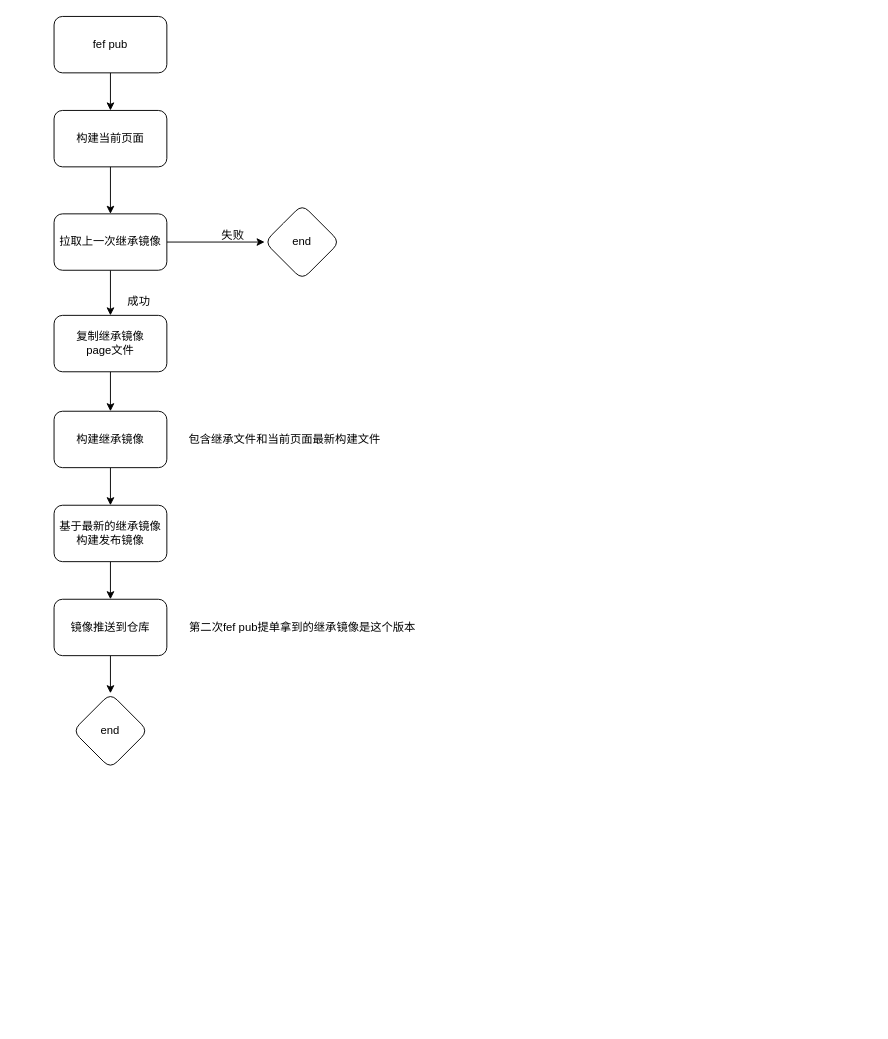
The draw.io diagram mtke发布流程图.drawio in Alvabill/drawio, before the edit. Source tidied: cells renumbered, new cells numbered last; positions are measured from the earlier drawing's top-left corner, leaving out a move shared by most shapes. Both pictures are drawn from the tidied source at 94%, with x=0, y=0 at pixel (54, 16).
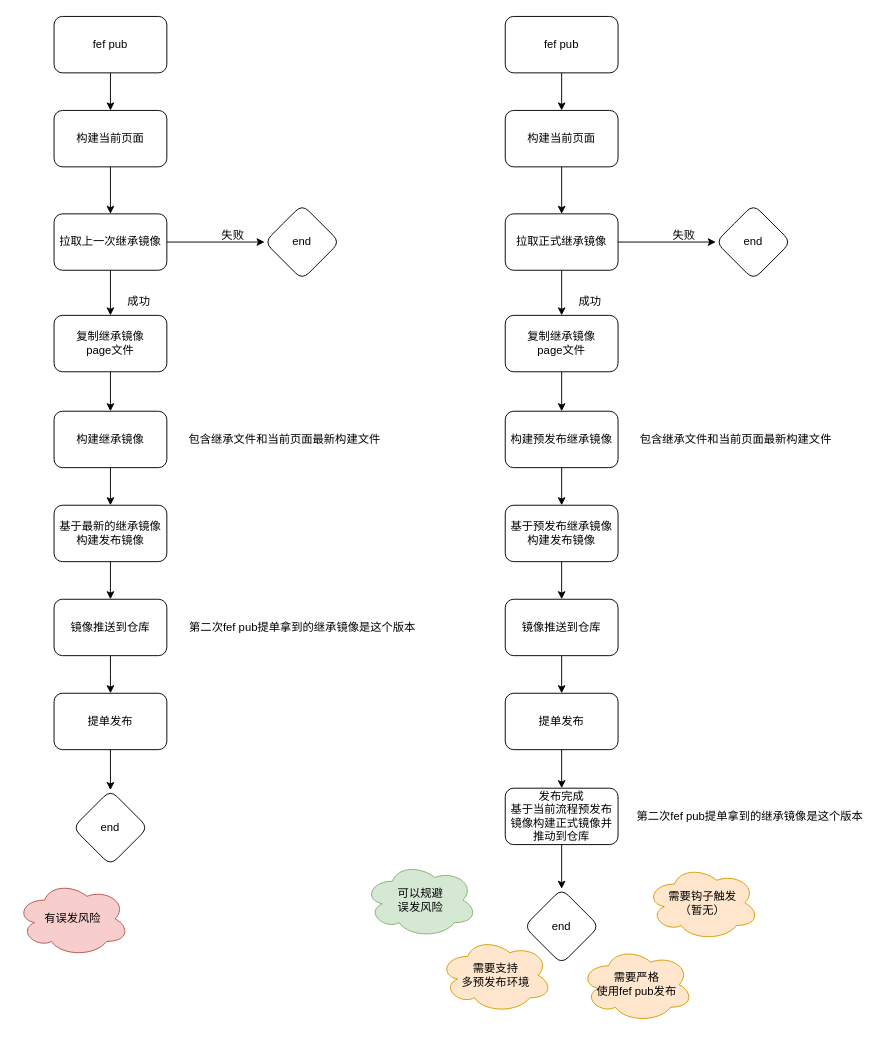
The same page after the edit.

Commit message (it also covers changes not shown here):
更新mtke发布流程图.drawio

Unchanged cells that the change refers to:
```xml
<mxCell id="16" value="镜像推送到仓库" style="whiteSpace=wrap;html=1;rounded=1;" parent="1" vertex="1">
  <mxGeometry y="620" width="120" height="60" as="geometry" />
</mxCell>
```

The edit, as a diff of the source:
```diff
@@
-    <mxCell id="15" style="edgeStyle=orthogonalEdgeStyle;rounded=0;jettySize=auto;html=1;" parent="1" edge="1" source="16" target="17">
-      <mxGeometry relative="1" as="geometry" />
+    <mxCell id="15" style="edgeStyle=orthogonalEdgeStyle;rounded=0;jettySize=auto;html=1;" parent="1" edge="1" source="16">
+      <mxGeometry relative="1" as="geometry">
+        <mxPoint x="60" y="720" as="targetPoint" />
+      </mxGeometry>
     </mxCell>
@@
-    <mxCell id="17" value="end" style="rhombus;whiteSpace=wrap;html=1;rounded=1;" parent="1" vertex="1">
-      <mxGeometry x="20" y="720" width="80" height="80" as="geometry" />
-    </mxCell>
@@
+    <mxCell id="23" style="edgeStyle=orthogonalEdgeStyle;rounded=0;jettySize=auto;html=1;" parent="1" edge="1" source="24" target="38">
+      <mxGeometry relative="1" as="geometry" />
+    </mxCell>
+    <mxCell id="24" value="构建当前页面" style="rounded=1;whiteSpace=wrap;html=1;" parent="1" vertex="1">
+      <mxGeometry x="480" y="100" width="120" height="60" as="geometry" />
+    </mxCell>
+    <mxCell id="25" style="edgeStyle=orthogonalEdgeStyle;rounded=0;jettySize=auto;html=1;" parent="1" edge="1" source="38" target="28">
+      <mxGeometry relative="1" as="geometry" />
+    </mxCell>
+    <mxCell id="26" style="edgeStyle=orthogonalEdgeStyle;rounded=0;jettySize=auto;html=1;" parent="1" edge="1" source="38" target="30">
+      <mxGeometry relative="1" as="geometry" />
+    </mxCell>
+    <mxCell id="27" style="edgeStyle=orthogonalEdgeStyle;rounded=0;jettySize=auto;html=1;" parent="1" edge="1" source="28" target="33">
+      <mxGeometry relative="1" as="geometry" />
+    </mxCell>
+    <mxCell id="28" value="复制继承镜像&lt;br&gt;page文件" style="whiteSpace=wrap;html=1;rounded=1;" parent="1" vertex="1">
+      <mxGeometry x="480" y="318" width="120" height="60" as="geometry" />
+    </mxCell>
+    <mxCell id="29" value="成功" style="text;html=1;align=center;verticalAlign=middle;strokeColor=none;fillColor=none;" parent="1" vertex="1">
+      <mxGeometry x="545" y="288" width="50" height="30" as="geometry" />
+    </mxCell>
+    <mxCell id="30" value="end" style="rhombus;whiteSpace=wrap;html=1;rounded=1;" parent="1" vertex="1">
+      <mxGeometry x="704" y="200" width="80" height="80" as="geometry" />
+    </mxCell>
+    <mxCell id="31" value="失败" style="text;html=1;align=center;verticalAlign=middle;strokeColor=none;fillColor=none;" parent="1" vertex="1">
+      <mxGeometry x="645" y="218" width="50" height="30" as="geometry" />
+    </mxCell>
+    <mxCell id="32" style="edgeStyle=orthogonalEdgeStyle;rounded=0;jettySize=auto;html=1;" parent="1" edge="1" source="33" target="35">
+      <mxGeometry relative="1" as="geometry" />
+    </mxCell>
+    <mxCell id="33" value="构建预发布继承镜像" style="whiteSpace=wrap;html=1;rounded=1;" parent="1" vertex="1">
+      <mxGeometry x="480" y="420" width="120" height="60" as="geometry" />
+    </mxCell>
+    <mxCell id="34" style="edgeStyle=orthogonalEdgeStyle;rounded=0;jettySize=auto;html=1;" parent="1" edge="1" source="35" target="37">
+      <mxGeometry relative="1" as="geometry" />
+    </mxCell>
+    <mxCell id="35" value="基于预发布继承镜像&lt;br&gt;构建发布镜像" style="whiteSpace=wrap;html=1;rounded=1;" parent="1" vertex="1">
+      <mxGeometry x="480" y="520" width="120" height="60" as="geometry" />
+    </mxCell>
+    <mxCell id="36" style="edgeStyle=orthogonalEdgeStyle;rounded=0;jettySize=auto;html=1;" parent="1" edge="1" source="37" target="43">
+      <mxGeometry relative="1" as="geometry" />
+    </mxCell>
+    <mxCell id="37" value="镜像推送到仓库" style="whiteSpace=wrap;html=1;rounded=1;" parent="1" vertex="1">
+      <mxGeometry x="480" y="620" width="120" height="60" as="geometry" />
+    </mxCell>
+    <mxCell id="38" value="拉取正式继承镜像" style="rounded=1;whiteSpace=wrap;html=1;" parent="1" vertex="1">
+      <mxGeometry x="480" y="210" width="120" height="60" as="geometry" />
+    </mxCell>
+    <mxCell id="39" style="edgeStyle=orthogonalEdgeStyle;rounded=0;jettySize=auto;html=1;" parent="1" edge="1" source="40" target="24">
+      <mxGeometry relative="1" as="geometry" />
+    </mxCell>
+    <mxCell id="40" value="fef pub" style="rounded=1;whiteSpace=wrap;html=1;" parent="1" vertex="1">
+      <mxGeometry x="480" width="120" height="60" as="geometry" />
+    </mxCell>
+    <mxCell id="41" value="包含继承文件和当前页面最新构建文件" style="text;html=1;align=center;verticalAlign=middle;strokeColor=none;fillColor=none;" parent="1" vertex="1">
+      <mxGeometry x="610" y="435" width="230" height="30" as="geometry" />
+    </mxCell>
+    <mxCell id="42" style="edgeStyle=orthogonalEdgeStyle;rounded=0;jettySize=auto;html=1;" parent="1" edge="1" source="43" target="45">
+      <mxGeometry relative="1" as="geometry" />
+    </mxCell>
+    <mxCell id="43" value="提单发布" style="whiteSpace=wrap;html=1;rounded=1;" parent="1" vertex="1">
+      <mxGeometry x="480" y="720" width="120" height="60" as="geometry" />
+    </mxCell>
+    <mxCell id="44" style="edgeStyle=orthogonalEdgeStyle;rounded=0;jettySize=auto;html=1;" parent="1" edge="1" source="45" target="46">
+      <mxGeometry relative="1" as="geometry" />
+    </mxCell>
+    <mxCell id="45" value="发布完成&lt;br&gt;基于当前流程预发布镜像构建正式镜像并推动到仓库" style="whiteSpace=wrap;html=1;rounded=1;" parent="1" vertex="1">
+      <mxGeometry x="480" y="821" width="120" height="60" as="geometry" />
+    </mxCell>
+    <mxCell id="46" value="end" style="rhombus;whiteSpace=wrap;html=1;rounded=1;" parent="1" vertex="1">
+      <mxGeometry x="500" y="928" width="80" height="80" as="geometry" />
+    </mxCell>
+    <mxCell id="47" style="edgeStyle=orthogonalEdgeStyle;rounded=0;jettySize=auto;html=1;" parent="1" edge="1" source="48" target="49">
+      <mxGeometry relative="1" as="geometry" />
+    </mxCell>
+    <mxCell id="48" value="提单发布" style="whiteSpace=wrap;html=1;rounded=1;" parent="1" vertex="1">
+      <mxGeometry y="720" width="120" height="60" as="geometry" />
+    </mxCell>
+    <mxCell id="49" value="end" style="rhombus;whiteSpace=wrap;html=1;rounded=1;" parent="1" vertex="1">
+      <mxGeometry x="20" y="823" width="80" height="80" as="geometry" />
+    </mxCell>
+    <mxCell id="50" value="第二次fef pub提单拿到的继承镜像是这个版本" style="text;html=1;align=center;verticalAlign=middle;strokeColor=none;fillColor=none;" parent="1" vertex="1">
+      <mxGeometry x="610" y="836" width="260" height="30" as="geometry" />
+    </mxCell>
+    <mxCell id="51" value="有误发风险" style="ellipse;shape=cloud;whiteSpace=wrap;html=1;fillColor=#f8cecc;strokeColor=#b85450;" parent="1" vertex="1">
+      <mxGeometry x="-40" y="920" width="120" height="80" as="geometry" />
+    </mxCell>
+    <mxCell id="52" value="需要支持&lt;br&gt;多预发布环境" style="ellipse;shape=cloud;whiteSpace=wrap;html=1;fillColor=#ffe6cc;strokeColor=#d79b00;" parent="1" vertex="1">
+      <mxGeometry x="410" y="980" width="120" height="80" as="geometry" />
+    </mxCell>
+    <mxCell id="53" value="需要严格&lt;br&gt;使用fef pub发布" style="ellipse;shape=cloud;whiteSpace=wrap;html=1;fillColor=#ffe6cc;strokeColor=#d79b00;" parent="1" vertex="1">
+      <mxGeometry x="560" y="990" width="120" height="80" as="geometry" />
+    </mxCell>
+    <mxCell id="54" value="可以规避&lt;br&gt;误发风险" style="ellipse;shape=cloud;whiteSpace=wrap;html=1;fillColor=#d5e8d4;strokeColor=#82b366;" parent="1" vertex="1">
+      <mxGeometry x="330" y="900" width="120" height="80" as="geometry" />
+    </mxCell>
+    <mxCell id="55" value="需要钩子触发&lt;br&gt;（暂无）" style="ellipse;shape=cloud;whiteSpace=wrap;html=1;fillColor=#ffe6cc;strokeColor=#d79b00;" parent="1" vertex="1">
+      <mxGeometry x="630" y="903" width="120" height="80" as="geometry" />
+    </mxCell>
```
